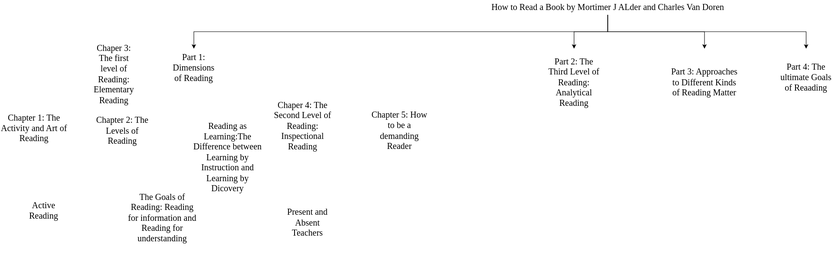
Earlier version of the draw.io export outline.drawio.svg (SunnyDaye/How-to-Read-a-Book-Notes). Source tidied: cells renumbered, new cells last; positions are measured from the earlier drawing's top-left corner, leaving out a move shared by most shapes. Source of this version:
```xml
<mxGraphModel>
  <root>
    <mxCell id="0" />
    <mxCell id="1" parent="0" />
    <mxCell id="2" style="edgeStyle=orthogonalEdgeStyle;rounded=0;jettySize=auto;html=1;fontFamily=Lucida Console;fontSize=18;exitX=0.5;exitY=1;exitDx=0;exitDy=0;" parent="1" edge="1" source="6" target="7">
      <mxGeometry relative="1" as="geometry" />
    </mxCell>
    <mxCell id="3" style="edgeStyle=orthogonalEdgeStyle;rounded=0;jettySize=auto;html=1;fontFamily=Lucida Console;fontSize=18;" parent="1" edge="1" source="6" target="8">
      <mxGeometry relative="1" as="geometry" />
    </mxCell>
    <mxCell id="4" style="edgeStyle=orthogonalEdgeStyle;rounded=0;jettySize=auto;html=1;entryX=0.5;entryY=0;entryDx=0;entryDy=0;fontFamily=Lucida Console;fontSize=18;" parent="1" edge="1" source="6" target="9">
      <mxGeometry relative="1" as="geometry" />
    </mxCell>
    <mxCell id="5" style="edgeStyle=orthogonalEdgeStyle;rounded=0;jettySize=auto;html=1;entryX=0.5;entryY=0;entryDx=0;entryDy=0;fontFamily=Lucida Console;fontSize=18;" parent="1" edge="1" source="6" target="10">
      <mxGeometry relative="1" as="geometry" />
    </mxCell>
    <mxCell id="6" value="How to Read a Book by Mortimer J ALder and Charles Van Doren " style="text;html=1;strokeColor=none;fillColor=none;align=center;verticalAlign=middle;rounded=0;fontFamily=Lucida Console;fontSize=18;" parent="1" vertex="1">
      <mxGeometry x="870" width="770" height="30" as="geometry" />
    </mxCell>
    <mxCell id="7" value="Part 1: Dimensions of Reading" style="text;html=1;strokeColor=none;fillColor=none;align=center;verticalAlign=middle;whiteSpace=wrap;rounded=0;fontFamily=Lucida Console;fontSize=18;" parent="1" vertex="1">
      <mxGeometry x="350" y="100" width="100" height="80" as="geometry" />
    </mxCell>
    <mxCell id="8" value="Part 2: The Third Level of Reading: Analytical Reading" style="text;html=1;strokeColor=none;fillColor=none;align=center;verticalAlign=middle;whiteSpace=wrap;rounded=0;fontFamily=Lucida Console;fontSize=18;" parent="1" vertex="1">
      <mxGeometry x="1128" y="100" width="115" height="140" as="geometry" />
    </mxCell>
    <mxCell id="9" value="Part 3: Approaches to Different Kinds of Reading Matter" style="text;html=1;strokeColor=none;fillColor=none;align=center;verticalAlign=middle;whiteSpace=wrap;rounded=0;fontFamily=Lucida Console;fontSize=18;" parent="1" vertex="1">
      <mxGeometry x="1380" y="100" width="150" height="140" as="geometry" />
    </mxCell>
    <mxCell id="10" value="Part 4: The ultimate Goals of Reaading" style="text;html=1;strokeColor=none;fillColor=none;align=center;verticalAlign=middle;whiteSpace=wrap;rounded=0;fontFamily=Lucida Console;fontSize=18;" parent="1" vertex="1">
      <mxGeometry x="1610" y="100" width="110" height="120" as="geometry" />
    </mxCell>
    <mxCell id="11" value="Present and Absent Teachers" style="text;html=1;strokeColor=none;fillColor=none;align=center;verticalAlign=middle;whiteSpace=wrap;rounded=0;fontFamily=Lucida Console;fontSize=18;" parent="1" vertex="1">
      <mxGeometry x="580" y="420" width="110" height="80" as="geometry" />
    </mxCell>
    <mxCell id="12" value="Reading as Learning:The Difference between Learning by Instruction and Learning by Dicovery" style="text;html=1;strokeColor=none;fillColor=none;align=center;verticalAlign=middle;whiteSpace=wrap;rounded=0;fontFamily=Lucida Console;fontSize=18;" parent="1" vertex="1">
      <mxGeometry x="390" y="230" width="160" height="190" as="geometry" />
    </mxCell>
    <mxCell id="13" value="The Goals of Reading: Reading for information and Reading for understanding" style="text;html=1;strokeColor=none;fillColor=none;align=center;verticalAlign=middle;whiteSpace=wrap;rounded=0;fontFamily=Lucida Console;fontSize=18;" parent="1" vertex="1">
      <mxGeometry x="260" y="370" width="150" height="160" as="geometry" />
    </mxCell>
    <mxCell id="14" value="Active Reading" style="text;html=1;strokeColor=none;fillColor=none;align=center;verticalAlign=middle;whiteSpace=wrap;rounded=0;fontFamily=Lucida Console;fontSize=18;" parent="1" vertex="1">
      <mxGeometry x="60" y="420" width="60" height="30" as="geometry" />
    </mxCell>
    <mxCell id="15" value="Chapter 1: The Activity and Art of Reading" style="text;html=1;strokeColor=none;fillColor=none;align=center;verticalAlign=middle;whiteSpace=wrap;rounded=0;fontFamily=Lucida Console;fontSize=18;" parent="1" vertex="1">
      <mxGeometry y="210" width="140" height="110" as="geometry" />
    </mxCell>
    <mxCell id="16" value="Chapter 5: How to be a demanding Reader" style="text;html=1;strokeColor=none;fillColor=none;align=center;verticalAlign=middle;whiteSpace=wrap;rounded=0;fontFamily=Lucida Console;fontSize=18;" parent="1" vertex="1">
      <mxGeometry x="760" y="190" width="130" height="160" as="geometry" />
    </mxCell>
    <mxCell id="17" value="Chaper 4: The Second Level of Reading: Inspectional Reading" style="text;html=1;strokeColor=none;fillColor=none;align=center;verticalAlign=middle;whiteSpace=wrap;rounded=0;fontFamily=Lucida Console;fontSize=18;" parent="1" vertex="1">
      <mxGeometry x="560" y="190" width="130" height="140" as="geometry" />
    </mxCell>
    <mxCell id="18" value="Chaper 3: The first level of Reading: Elementary Reading" style="text;html=1;strokeColor=none;fillColor=none;align=center;verticalAlign=middle;whiteSpace=wrap;rounded=0;fontFamily=Lucida Console;fontSize=18;" parent="1" vertex="1">
      <mxGeometry x="210" y="65" width="50" height="175" as="geometry" />
    </mxCell>
    <mxCell id="19" value="Chapter 2: The Levels of Reading" style="text;html=1;strokeColor=none;fillColor=none;align=center;verticalAlign=middle;whiteSpace=wrap;rounded=0;fontFamily=Lucida Console;fontSize=18;" parent="1" vertex="1">
      <mxGeometry x="190" y="210" width="125" height="120" as="geometry" />
    </mxCell>
  </root>
</mxGraphModel>
```
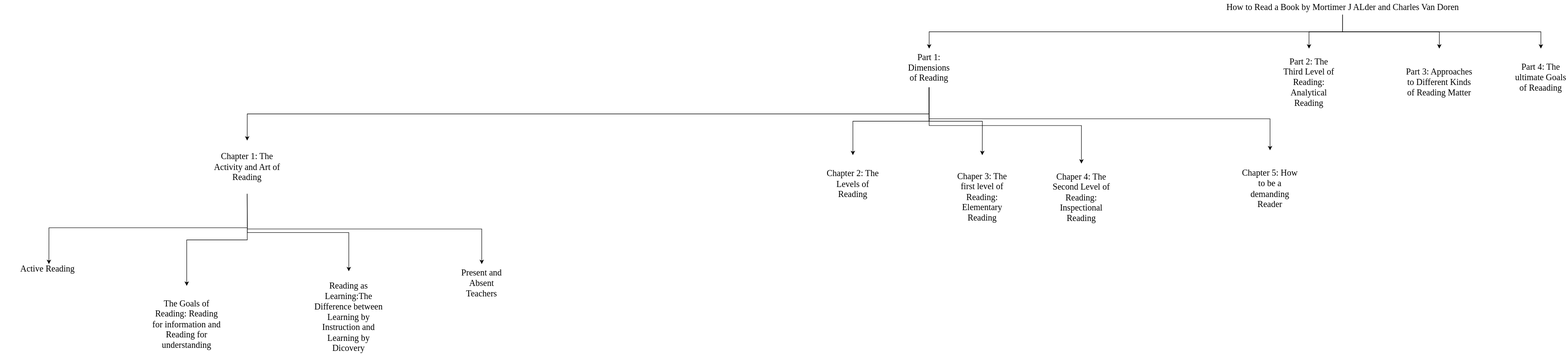
The same diagram one commit later.

Change to the diagram source:
```diff
@@ -17,6 +17,21 @@
     <mxCell id="6" value="How to Read a Book by Mortimer J ALder and Charles Van Doren " style="text;html=1;strokeColor=none;fillColor=none;align=center;verticalAlign=middle;rounded=0;fontFamily=Lucida Console;fontSize=18;" parent="1" vertex="1">
       <mxGeometry x="870" width="770" height="30" as="geometry" />
     </mxCell>
+    <mxCell id="20" style="edgeStyle=orthogonalEdgeStyle;rounded=0;jettySize=auto;html=1;fontFamily=Lucida Console;fontSize=18;entryX=0.5;entryY=0;entryDx=0;entryDy=0;exitX=0.5;exitY=1;exitDx=0;exitDy=0;" parent="1" edge="1" source="7" target="15">
+      <mxGeometry relative="1" as="geometry" />
+    </mxCell>
+    <mxCell id="21" style="edgeStyle=orthogonalEdgeStyle;rounded=0;jettySize=auto;html=1;fontFamily=Lucida Console;fontSize=18;exitX=0.5;exitY=1;exitDx=0;exitDy=0;entryX=0.5;entryY=0;entryDx=0;entryDy=0;" parent="1" edge="1" source="7" target="19">
+      <mxGeometry relative="1" as="geometry" />
+    </mxCell>
+    <mxCell id="22" style="edgeStyle=orthogonalEdgeStyle;rounded=0;jettySize=auto;html=1;entryX=0.5;entryY=0;entryDx=0;entryDy=0;fontFamily=Lucida Console;fontSize=18;" parent="1" edge="1" source="7" target="18">
+      <mxGeometry relative="1" as="geometry" />
+    </mxCell>
+    <mxCell id="23" style="edgeStyle=orthogonalEdgeStyle;rounded=0;jettySize=auto;html=1;entryX=0.5;entryY=0;entryDx=0;entryDy=0;fontFamily=Lucida Console;fontSize=18;exitX=0.5;exitY=1;exitDx=0;exitDy=0;" parent="1" edge="1" source="7" target="17">
+      <mxGeometry relative="1" as="geometry" />
+    </mxCell>
+    <mxCell id="24" style="edgeStyle=orthogonalEdgeStyle;rounded=0;jettySize=auto;html=1;fontFamily=Lucida Console;fontSize=18;entryX=0.5;entryY=0;entryDx=0;entryDy=0;exitX=0.5;exitY=1;exitDx=0;exitDy=0;" parent="1" edge="1" source="7" target="16">
+      <mxGeometry relative="1" as="geometry" />
+    </mxCell>
     <mxCell id="7" value="Part 1: Dimensions of Reading" style="text;html=1;strokeColor=none;fillColor=none;align=center;verticalAlign=middle;whiteSpace=wrap;rounded=0;fontFamily=Lucida Console;fontSize=18;" parent="1" vertex="1">
       <mxGeometry x="350" y="100" width="100" height="80" as="geometry" />
     </mxCell>
@@ -30,31 +45,61 @@
       <mxGeometry x="1610" y="100" width="110" height="120" as="geometry" />
     </mxCell>
     <mxCell id="11" value="Present and Absent Teachers" style="text;html=1;strokeColor=none;fillColor=none;align=center;verticalAlign=middle;whiteSpace=wrap;rounded=0;fontFamily=Lucida Console;fontSize=18;" parent="1" vertex="1">
-      <mxGeometry x="580" y="420" width="110" height="80" as="geometry" />
+      <mxGeometry x="-580" y="545" width="110" height="80" as="geometry" />
     </mxCell>
     <mxCell id="12" value="Reading as Learning:The Difference between Learning by Instruction and Learning by Dicovery" style="text;html=1;strokeColor=none;fillColor=none;align=center;verticalAlign=middle;whiteSpace=wrap;rounded=0;fontFamily=Lucida Console;fontSize=18;" parent="1" vertex="1">
-      <mxGeometry x="390" y="230" width="160" height="190" as="geometry" />
+      <mxGeometry x="-880" y="560" width="160" height="190" as="geometry" />
     </mxCell>
     <mxCell id="13" value="The Goals of Reading: Reading for information and Reading for understanding" style="text;html=1;strokeColor=none;fillColor=none;align=center;verticalAlign=middle;whiteSpace=wrap;rounded=0;fontFamily=Lucida Console;fontSize=18;" parent="1" vertex="1">
-      <mxGeometry x="260" y="370" width="150" height="160" as="geometry" />
+      <mxGeometry x="-1210" y="590" width="150" height="160" as="geometry" />
     </mxCell>
     <mxCell id="14" value="Active Reading" style="text;html=1;strokeColor=none;fillColor=none;align=center;verticalAlign=middle;whiteSpace=wrap;rounded=0;fontFamily=Lucida Console;fontSize=18;" parent="1" vertex="1">
-      <mxGeometry x="60" y="420" width="60" height="30" as="geometry" />
+      <mxGeometry x="-1520" y="540" width="195" height="30" as="geometry" />
     </mxCell>
+    <mxCell id="25" style="edgeStyle=orthogonalEdgeStyle;rounded=0;jettySize=auto;html=1;exitX=0.5;exitY=1;exitDx=0;exitDy=0;fontFamily=Lucida Console;fontSize=18;" parent="1" edge="1" source="15" target="12">
+      <mxGeometry relative="1" as="geometry" />
+    </mxCell>
+    <mxCell id="26" style="edgeStyle=orthogonalEdgeStyle;rounded=0;jettySize=auto;html=1;exitX=0.5;exitY=1;exitDx=0;exitDy=0;entryX=0.5;entryY=0;entryDx=0;entryDy=0;fontFamily=Lucida Console;fontSize=18;" parent="1" edge="1" source="15" target="11">
+      <mxGeometry relative="1" as="geometry" />
+    </mxCell>
+    <mxCell id="27" style="edgeStyle=orthogonalEdgeStyle;rounded=0;jettySize=auto;html=1;exitX=0.5;exitY=1;exitDx=0;exitDy=0;entryX=0.5;entryY=0;entryDx=0;entryDy=0;fontFamily=Lucida Console;fontSize=18;" parent="1" edge="1" source="15" target="13">
+      <mxGeometry relative="1" as="geometry" />
+    </mxCell>
     <mxCell id="15" value="Chapter 1: The Activity and Art of Reading" style="text;html=1;strokeColor=none;fillColor=none;align=center;verticalAlign=middle;whiteSpace=wrap;rounded=0;fontFamily=Lucida Console;fontSize=18;" parent="1" vertex="1">
-      <mxGeometry y="210" width="140" height="110" as="geometry" />
+      <mxGeometry x="-1080" y="290" width="140" height="110" as="geometry" />
     </mxCell>
     <mxCell id="16" value="Chapter 5: How to be a demanding Reader" style="text;html=1;strokeColor=none;fillColor=none;align=center;verticalAlign=middle;whiteSpace=wrap;rounded=0;fontFamily=Lucida Console;fontSize=18;" parent="1" vertex="1">
-      <mxGeometry x="760" y="190" width="130" height="160" as="geometry" />
+      <mxGeometry x="1040" y="310" width="130" height="160" as="geometry" />
     </mxCell>
     <mxCell id="17" value="Chaper 4: The Second Level of Reading: Inspectional Reading" style="text;html=1;strokeColor=none;fillColor=none;align=center;verticalAlign=middle;whiteSpace=wrap;rounded=0;fontFamily=Lucida Console;fontSize=18;" parent="1" vertex="1">
-      <mxGeometry x="560" y="190" width="130" height="140" as="geometry" />
+      <mxGeometry x="650" y="337.5" width="130" height="140" as="geometry" />
     </mxCell>
     <mxCell id="18" value="Chaper 3: The first level of Reading: Elementary Reading" style="text;html=1;strokeColor=none;fillColor=none;align=center;verticalAlign=middle;whiteSpace=wrap;rounded=0;fontFamily=Lucida Console;fontSize=18;" parent="1" vertex="1">
-      <mxGeometry x="210" y="65" width="50" height="175" as="geometry" />
+      <mxGeometry x="450" y="320" width="120" height="175" as="geometry" />
     </mxCell>
     <mxCell id="19" value="Chapter 2: The Levels of Reading" style="text;html=1;strokeColor=none;fillColor=none;align=center;verticalAlign=middle;whiteSpace=wrap;rounded=0;fontFamily=Lucida Console;fontSize=18;" parent="1" vertex="1">
-      <mxGeometry x="190" y="210" width="125" height="120" as="geometry" />
+      <mxGeometry x="180" y="320" width="125" height="120" as="geometry" />
     </mxCell>
+    <mxCell id="28" style="edgeStyle=orthogonalEdgeStyle;rounded=0;orthogonalLoop=1;jettySize=auto;html=1;exitX=0.5;exitY=1;exitDx=0;exitDy=0;fontFamily=Lucida Console;fontSize=18;" parent="1" edge="1" source="14" target="14">
+      <mxGeometry relative="1" as="geometry" />
+    </mxCell>
+    <mxCell id="29" style="edgeStyle=orthogonalEdgeStyle;rounded=0;orthogonalLoop=1;jettySize=auto;html=1;exitX=0.5;exitY=1;exitDx=0;exitDy=0;fontFamily=Lucida Console;fontSize=18;" parent="1" edge="1" source="14" target="14">
+      <mxGeometry relative="1" as="geometry" />
+    </mxCell>
+    <mxCell id="30" style="edgeStyle=orthogonalEdgeStyle;rounded=0;orthogonalLoop=1;jettySize=auto;html=1;exitX=0.5;exitY=1;exitDx=0;exitDy=0;fontFamily=Lucida Console;fontSize=18;" parent="1" edge="1" source="15" target="15">
+      <mxGeometry relative="1" as="geometry" />
+    </mxCell>
+    <mxCell id="31" style="edgeStyle=orthogonalEdgeStyle;rounded=0;orthogonalLoop=1;jettySize=auto;html=1;exitX=0.5;exitY=1;exitDx=0;exitDy=0;fontFamily=Lucida Console;fontSize=18;" parent="1" edge="1" source="15" target="15">
+      <mxGeometry relative="1" as="geometry" />
+    </mxCell>
+    <mxCell id="32" style="edgeStyle=orthogonalEdgeStyle;rounded=0;orthogonalLoop=1;jettySize=auto;html=1;exitX=0.5;exitY=1;exitDx=0;exitDy=0;fontFamily=Lucida Console;fontSize=18;" parent="1" edge="1" source="15" target="15">
+      <mxGeometry relative="1" as="geometry" />
+    </mxCell>
+    <mxCell id="33" style="edgeStyle=orthogonalEdgeStyle;rounded=0;orthogonalLoop=1;jettySize=auto;html=1;exitX=0.5;exitY=1;exitDx=0;exitDy=0;fontFamily=Lucida Console;fontSize=18;" parent="1" edge="1" source="15" target="15">
+      <mxGeometry relative="1" as="geometry" />
+    </mxCell>
+    <mxCell id="34" style="edgeStyle=orthogonalEdgeStyle;rounded=0;jettySize=auto;html=1;exitX=0.5;exitY=1;exitDx=0;exitDy=0;fontFamily=Lucida Console;fontSize=18;entryX=0.513;entryY=0.167;entryDx=0;entryDy=0;entryPerimeter=0;" parent="1" edge="1" source="15" target="14">
+      <mxGeometry relative="1" as="geometry" />
+    </mxCell>
   </root>
 </mxGraphModel>
```
